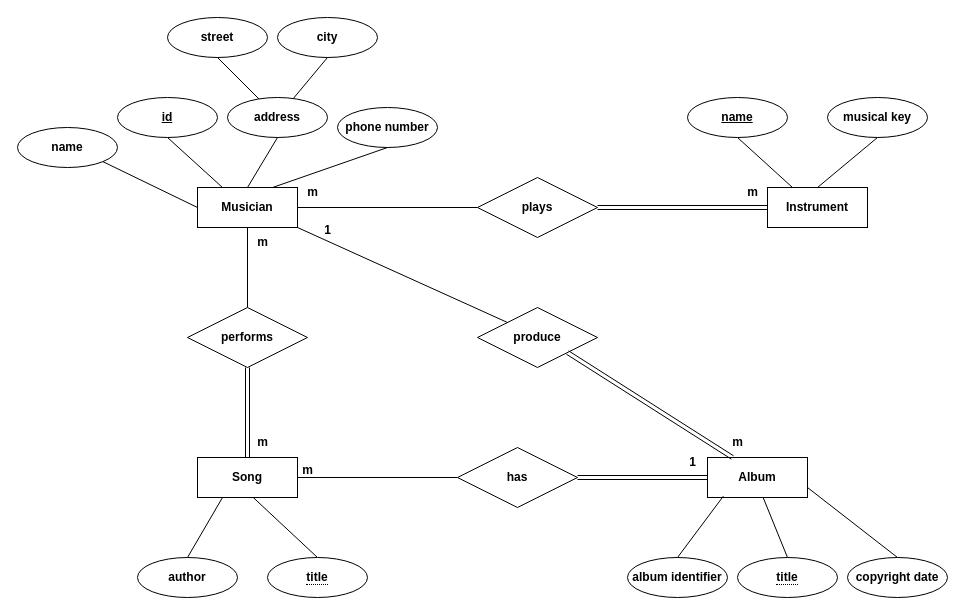
The draw.io diagram .Net assignments (Route)/01-Database/Assignment01/P2-ERD.drawio in YousefSameh25/.Net-Assignments-Route-academy, before the edit. Source tidied: cells renumbered, new cells numbered last; positions are measured from the earlier drawing's top-left corner, leaving out a move shared by most shapes. Both pictures are drawn from the tidied source at 100%, with x=0, y=0 at pixel (17, 17).
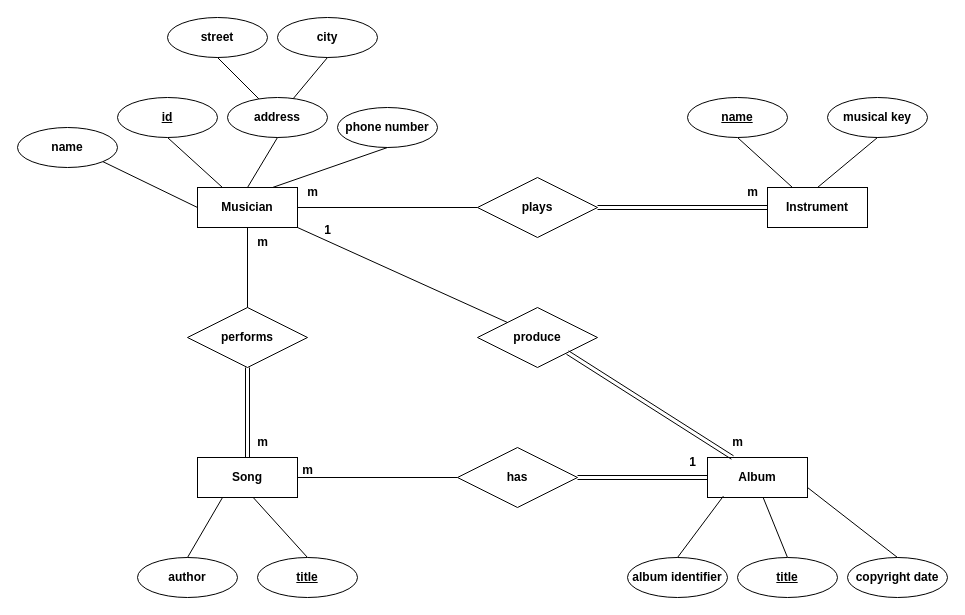
Above is the later version.

Unchanged cells that the change refers to:
```xml
<mxCell id="20" value="&lt;b&gt;Album&lt;/b&gt;" style="whiteSpace=wrap;html=1;align=center;" parent="1" vertex="1">
  <mxGeometry x="690" y="440" width="100" height="40" as="geometry" />
</mxCell>
<mxCell id="27" value="&lt;b&gt;Song&lt;/b&gt;" style="whiteSpace=wrap;html=1;align=center;" parent="1" vertex="1">
  <mxGeometry x="180" y="440" width="100" height="40" as="geometry" />
</mxCell>
```

Change to the diagram source:
```diff
@@
-    <mxCell id="23" style="endArrow=none;html=1;rounded=0;exitX=0.5;exitY=0;exitDx=0;exitDy=0;entryX=0.556;entryY=0.997;entryDx=0;entryDy=0;entryPerimeter=0;" parent="1" edge="1" source="24" target="20">
+    <mxCell id="23" style="endArrow=none;html=1;rounded=0;exitX=0.5;exitY=0;exitDx=0;exitDy=0;entryX=0.556;entryY=0.997;entryDx=0;entryDy=0;entryPerimeter=0;" parent="1" edge="1" source="53" target="20">
       <mxGeometry relative="1" as="geometry" />
     </mxCell>
-    <mxCell id="24" value="&lt;span style=&quot;border-bottom: 1px dotted&quot;&gt;&lt;b&gt;title&lt;/b&gt;&lt;/span&gt;" style="ellipse;whiteSpace=wrap;html=1;align=center;" parent="1" vertex="1">
-      <mxGeometry x="720" y="540" width="100" height="40" as="geometry" />
-    </mxCell>
@@
-    <mxCell id="30" style="endArrow=none;html=1;rounded=0;exitX=0.5;exitY=0;exitDx=0;exitDy=0;entryX=0.556;entryY=0.997;entryDx=0;entryDy=0;entryPerimeter=0;" parent="1" edge="1" source="31" target="27">
+    <mxCell id="30" style="endArrow=none;html=1;rounded=0;exitX=0.5;exitY=0;exitDx=0;exitDy=0;entryX=0.556;entryY=0.997;entryDx=0;entryDy=0;entryPerimeter=0;" parent="1" edge="1" source="52" target="27">
       <mxGeometry relative="1" as="geometry" />
     </mxCell>
-    <mxCell id="31" value="&lt;span style=&quot;border-bottom: 1px dotted&quot;&gt;&lt;b&gt;title&lt;/b&gt;&lt;/span&gt;" style="ellipse;whiteSpace=wrap;html=1;align=center;" parent="1" vertex="1">
-      <mxGeometry x="250" y="540" width="100" height="40" as="geometry" />
-    </mxCell>
@@
+    <mxCell id="52" value="&lt;b&gt;title&lt;/b&gt;" style="ellipse;whiteSpace=wrap;html=1;align=center;fontStyle=4;" parent="1" vertex="1">
+      <mxGeometry x="240" y="540" width="100" height="40" as="geometry" />
+    </mxCell>
+    <mxCell id="53" value="&lt;b&gt;title&lt;/b&gt;" style="ellipse;whiteSpace=wrap;html=1;align=center;fontStyle=4;" parent="1" vertex="1">
+      <mxGeometry x="720" y="540" width="100" height="40" as="geometry" />
+    </mxCell>
```
